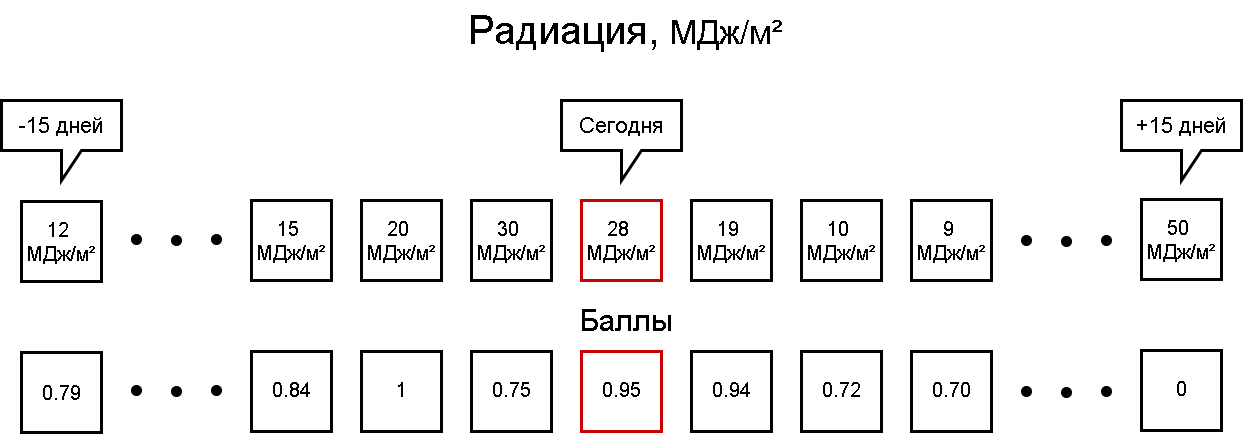
Earlier version of the draw.io export diagrams/Simulation Sample RI.png (Yerlan999/CowsGPSTracker-KazATU). Source tidied: cells renumbered, new cells last; positions are measured from the earlier drawing's top-left corner, leaving out a move shared by most shapes. Source of this version:
```xml
<mxGraphModel>
  <root>
    <mxCell id="0" />
    <mxCell id="1" parent="0" />
    <mxCell id="2" value="&lt;font style=&quot;font-size: 20px&quot;&gt;28&amp;nbsp;&lt;br&gt;&lt;/font&gt;&lt;font style=&quot;font-size: 20px&quot;&gt;MДж/м²&lt;/font&gt;&lt;sup&gt;&lt;br&gt;&lt;/sup&gt;" style="whiteSpace=wrap;html=1;strokeWidth=3;strokeColor=#CC0000;" parent="1" vertex="1">
      <mxGeometry x="580" y="200" width="80" height="80" as="geometry" />
    </mxCell>
    <mxCell id="3" value="&lt;font style=&quot;font-size: 20px&quot;&gt;19&amp;nbsp;&lt;br&gt;&lt;/font&gt;&lt;font style=&quot;font-size: 20px&quot;&gt;MДж/м²&lt;/font&gt;&lt;sup&gt;&lt;br&gt;&lt;/sup&gt;" style="whiteSpace=wrap;html=1;strokeWidth=3;" parent="1" vertex="1">
      <mxGeometry x="690" y="200" width="80" height="80" as="geometry" />
    </mxCell>
    <mxCell id="4" value="&lt;font style=&quot;font-size: 20px&quot;&gt;10&amp;nbsp;&lt;br&gt;&lt;/font&gt;&lt;font style=&quot;font-size: 20px&quot;&gt;MДж/м²&lt;/font&gt;&lt;sup&gt;&lt;br&gt;&lt;/sup&gt;" style="whiteSpace=wrap;html=1;strokeWidth=3;" parent="1" vertex="1">
      <mxGeometry x="800" y="200" width="80" height="80" as="geometry" />
    </mxCell>
    <mxCell id="5" value="&lt;font style=&quot;font-size: 20px&quot;&gt;9&amp;nbsp;&lt;br&gt;&lt;/font&gt;&lt;font style=&quot;font-size: 20px&quot;&gt;MДж/м²&lt;/font&gt;&lt;sup&gt;&lt;br&gt;&lt;/sup&gt;" style="whiteSpace=wrap;html=1;strokeWidth=3;" parent="1" vertex="1">
      <mxGeometry x="910" y="200" width="80" height="80" as="geometry" />
    </mxCell>
    <mxCell id="6" value="&lt;font&gt;&lt;font style=&quot;font-size: 20px&quot;&gt;15&amp;nbsp;&lt;br&gt;&lt;/font&gt;&lt;font style=&quot;font-size: 20px&quot;&gt;MДж/м²&lt;/font&gt;&lt;/font&gt;&lt;sup&gt;&lt;br&gt;&lt;/sup&gt;" style="whiteSpace=wrap;html=1;strokeWidth=3;" parent="1" vertex="1">
      <mxGeometry x="250" y="200" width="80" height="80" as="geometry" />
    </mxCell>
    <mxCell id="7" value="&lt;font style=&quot;font-size: 20px&quot;&gt;20&amp;nbsp;&lt;br&gt;&lt;/font&gt;&lt;font style=&quot;font-size: 20px&quot;&gt;MДж/м²&lt;/font&gt;&lt;sup&gt;&lt;br&gt;&lt;/sup&gt;" style="whiteSpace=wrap;html=1;strokeWidth=3;" parent="1" vertex="1">
      <mxGeometry x="360" y="200" width="80" height="80" as="geometry" />
    </mxCell>
    <mxCell id="8" value="&lt;font style=&quot;font-size: 20px&quot;&gt;30&amp;nbsp;&lt;br&gt;&lt;/font&gt;&lt;font style=&quot;font-size: 20px&quot;&gt;MДж/м²&lt;/font&gt;&lt;sup&gt;&lt;br&gt;&lt;/sup&gt;" style="whiteSpace=wrap;html=1;strokeWidth=3;" parent="1" vertex="1">
      <mxGeometry x="470" y="200" width="80" height="80" as="geometry" />
    </mxCell>
    <mxCell id="9" value="&lt;font style=&quot;font-size: 22px&quot;&gt;Сегодня&lt;/font&gt;" style="shape=callout;whiteSpace=wrap;html=1;perimeter=calloutPerimeter;strokeWidth=3;" parent="1" vertex="1">
      <mxGeometry x="560" y="100" width="120" height="80" as="geometry" />
    </mxCell>
    <mxCell id="10" style="shape=ellipse;html=1;fillColor=#000000;strokeWidth=1;" parent="1" vertex="1">
      <mxGeometry x="210" y="234" width="10" height="10" as="geometry" />
    </mxCell>
    <mxCell id="11" style="shape=ellipse;html=1;fillColor=#000000;strokeWidth=1;" parent="1" vertex="1">
      <mxGeometry x="170" y="235" width="10" height="10" as="geometry" />
    </mxCell>
    <mxCell id="12" style="shape=ellipse;html=1;fillColor=#000000;strokeWidth=1;" parent="1" vertex="1">
      <mxGeometry x="130" y="234" width="10" height="10" as="geometry" />
    </mxCell>
    <mxCell id="13" style="shape=ellipse;html=1;fillColor=#000000;strokeWidth=1;" parent="1" vertex="1">
      <mxGeometry x="1100" y="235" width="10" height="10" as="geometry" />
    </mxCell>
    <mxCell id="14" style="shape=ellipse;html=1;fillColor=#000000;strokeWidth=1;" parent="1" vertex="1">
      <mxGeometry x="1060" y="236" width="10" height="10" as="geometry" />
    </mxCell>
    <mxCell id="15" style="shape=ellipse;html=1;fillColor=#000000;strokeWidth=1;" parent="1" vertex="1">
      <mxGeometry x="1020" y="235" width="10" height="10" as="geometry" />
    </mxCell>
    <mxCell id="16" value="&lt;font style=&quot;font-size: 20px&quot;&gt;12&amp;nbsp;&lt;br&gt;&lt;/font&gt;&lt;font style=&quot;font-size: 20px&quot;&gt;MДж/м²&lt;/font&gt;&lt;sup&gt;&lt;br&gt;&lt;/sup&gt;" style="whiteSpace=wrap;html=1;strokeWidth=3;" parent="1" vertex="1">
      <mxGeometry x="20" y="201" width="80" height="80" as="geometry" />
    </mxCell>
    <mxCell id="17" value="&lt;font style=&quot;font-size: 20px&quot;&gt;50&amp;nbsp;&lt;br&gt;&lt;/font&gt;&lt;font style=&quot;font-size: 20px&quot;&gt;MДж/м²&lt;/font&gt;&lt;sup&gt;&lt;br&gt;&lt;/sup&gt;" style="whiteSpace=wrap;html=1;strokeWidth=3;" parent="1" vertex="1">
      <mxGeometry x="1140" y="199" width="80" height="80" as="geometry" />
    </mxCell>
    <mxCell id="18" value="&lt;font style=&quot;font-size: 22px&quot;&gt;-15 дней&lt;/font&gt;" style="shape=callout;whiteSpace=wrap;html=1;perimeter=calloutPerimeter;strokeWidth=3;" parent="1" vertex="1">
      <mxGeometry y="100" width="120" height="80" as="geometry" />
    </mxCell>
    <mxCell id="19" value="&lt;font style=&quot;font-size: 22px&quot;&gt;+15 дней&lt;/font&gt;" style="shape=callout;whiteSpace=wrap;html=1;perimeter=calloutPerimeter;strokeWidth=3;" parent="1" vertex="1">
      <mxGeometry x="1120" y="100" width="120" height="80" as="geometry" />
    </mxCell>
    <mxCell id="20" value="&lt;sup&gt;&lt;span style=&quot;font-size: 20px&quot;&gt;0.95&lt;/span&gt;&lt;br&gt;&lt;/sup&gt;" style="whiteSpace=wrap;html=1;strokeWidth=3;strokeColor=#CC0000;" parent="1" vertex="1">
      <mxGeometry x="580" y="351" width="80" height="80" as="geometry" />
    </mxCell>
    <mxCell id="21" value="&lt;sup&gt;&lt;span style=&quot;font-size: 20px&quot;&gt;0.94&lt;/span&gt;&lt;br&gt;&lt;/sup&gt;" style="whiteSpace=wrap;html=1;strokeWidth=3;" parent="1" vertex="1">
      <mxGeometry x="690" y="351" width="80" height="80" as="geometry" />
    </mxCell>
    <mxCell id="22" value="&lt;sup&gt;&lt;span style=&quot;font-size: 20px&quot;&gt;0.72&lt;/span&gt;&lt;br&gt;&lt;/sup&gt;" style="whiteSpace=wrap;html=1;strokeWidth=3;" parent="1" vertex="1">
      <mxGeometry x="800" y="351" width="80" height="80" as="geometry" />
    </mxCell>
    <mxCell id="23" value="&lt;sup&gt;&lt;span style=&quot;font-size: 20px&quot;&gt;0.70&lt;/span&gt;&lt;br&gt;&lt;/sup&gt;" style="whiteSpace=wrap;html=1;strokeWidth=3;" parent="1" vertex="1">
      <mxGeometry x="910" y="351" width="80" height="80" as="geometry" />
    </mxCell>
    <mxCell id="24" value="&lt;sup&gt;&lt;span style=&quot;font-size: 20px&quot;&gt;0.84&lt;/span&gt;&lt;br&gt;&lt;/sup&gt;" style="whiteSpace=wrap;html=1;strokeWidth=3;" parent="1" vertex="1">
      <mxGeometry x="250" y="351" width="80" height="80" as="geometry" />
    </mxCell>
    <mxCell id="25" value="&lt;sup&gt;&lt;span style=&quot;font-size: 20px&quot;&gt;1&lt;/span&gt;&lt;br&gt;&lt;/sup&gt;" style="whiteSpace=wrap;html=1;strokeWidth=3;" parent="1" vertex="1">
      <mxGeometry x="360" y="351" width="80" height="80" as="geometry" />
    </mxCell>
    <mxCell id="26" value="&lt;sup&gt;&lt;span style=&quot;font-size: 20px&quot;&gt;0.75&lt;/span&gt;&lt;br&gt;&lt;/sup&gt;" style="whiteSpace=wrap;html=1;strokeWidth=3;" parent="1" vertex="1">
      <mxGeometry x="470" y="351" width="80" height="80" as="geometry" />
    </mxCell>
    <mxCell id="27" style="shape=ellipse;html=1;fillColor=#000000;strokeWidth=1;" parent="1" vertex="1">
      <mxGeometry x="210" y="385" width="10" height="10" as="geometry" />
    </mxCell>
    <mxCell id="28" style="shape=ellipse;html=1;fillColor=#000000;strokeWidth=1;" parent="1" vertex="1">
      <mxGeometry x="170" y="386" width="10" height="10" as="geometry" />
    </mxCell>
    <mxCell id="29" style="shape=ellipse;html=1;fillColor=#000000;strokeWidth=1;" parent="1" vertex="1">
      <mxGeometry x="130" y="385" width="10" height="10" as="geometry" />
    </mxCell>
    <mxCell id="30" style="shape=ellipse;html=1;fillColor=#000000;strokeWidth=1;" parent="1" vertex="1">
      <mxGeometry x="1100" y="386" width="10" height="10" as="geometry" />
    </mxCell>
    <mxCell id="31" style="shape=ellipse;html=1;fillColor=#000000;strokeWidth=1;" parent="1" vertex="1">
      <mxGeometry x="1060" y="387" width="10" height="10" as="geometry" />
    </mxCell>
    <mxCell id="32" style="shape=ellipse;html=1;fillColor=#000000;strokeWidth=1;" parent="1" vertex="1">
      <mxGeometry x="1020" y="386" width="10" height="10" as="geometry" />
    </mxCell>
    <mxCell id="33" value="&lt;font style=&quot;font-size: 20px&quot;&gt;0.79&lt;/font&gt;&lt;sup&gt;&lt;br&gt;&lt;/sup&gt;" style="whiteSpace=wrap;html=1;strokeWidth=3;" parent="1" vertex="1">
      <mxGeometry x="20" y="352" width="80" height="80" as="geometry" />
    </mxCell>
    <mxCell id="34" value="&lt;sup&gt;&lt;span style=&quot;font-size: 20px&quot;&gt;0&lt;/span&gt;&lt;br&gt;&lt;/sup&gt;" style="whiteSpace=wrap;html=1;strokeWidth=3;" parent="1" vertex="1">
      <mxGeometry x="1140" y="350" width="80" height="80" as="geometry" />
    </mxCell>
    <mxCell id="35" value="&lt;font style=&quot;font-size: 40px&quot;&gt;Радиация,&amp;nbsp;&lt;/font&gt;&lt;span style=&quot;font-size: 33.3333px&quot;&gt;MДж/м²&lt;/span&gt;" style="text;html=1;strokeColor=none;fillColor=none;align=center;verticalAlign=middle;whiteSpace=wrap;rounded=0;" parent="1" vertex="1">
      <mxGeometry x="427" width="395" height="60" as="geometry" />
    </mxCell>
    <mxCell id="36" value="&lt;font style=&quot;font-size: 30px&quot;&gt;Баллы&lt;/font&gt;" style="text;html=1;strokeColor=none;fillColor=none;align=center;verticalAlign=middle;whiteSpace=wrap;rounded=0;" parent="1" vertex="1">
      <mxGeometry x="480" y="290" width="290" height="60" as="geometry" />
    </mxCell>
  </root>
</mxGraphModel>
```
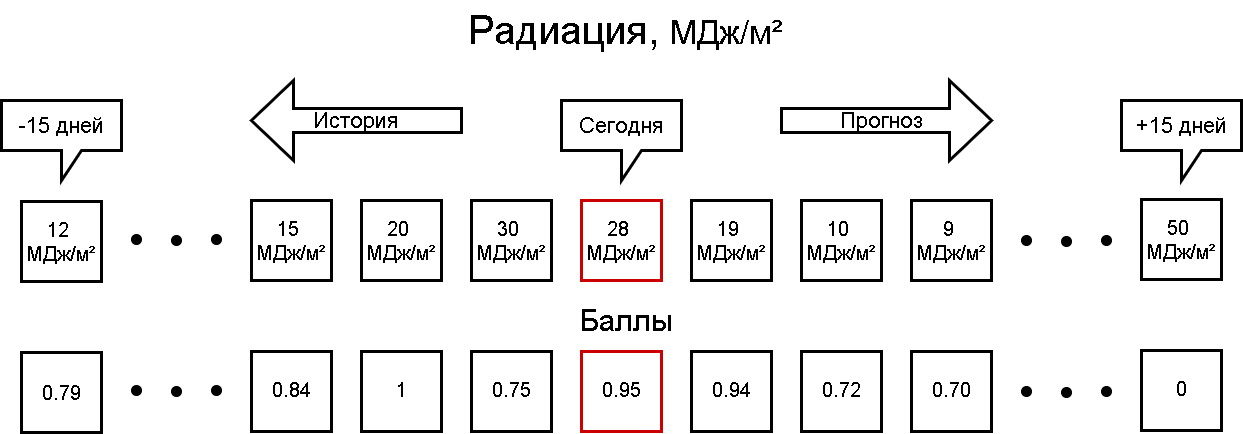
After the commit.

The edit, as a diff of the source:
```diff
@@ -107,5 +107,14 @@
     <mxCell id="36" value="&lt;font style=&quot;font-size: 30px&quot;&gt;Баллы&lt;/font&gt;" style="text;html=1;strokeColor=none;fillColor=none;align=center;verticalAlign=middle;whiteSpace=wrap;rounded=0;" parent="1" vertex="1">
       <mxGeometry x="480" y="290" width="290" height="60" as="geometry" />
     </mxCell>
+    <mxCell id="37" style="shape=singleArrow;direction=west;whiteSpace=wrap;html=1;strokeWidth=3;rotation=-180;horizontal=1;verticalAlign=middle;" parent="1" vertex="1">
+      <mxGeometry x="780" y="80" width="210" height="80" as="geometry" />
+    </mxCell>
+    <mxCell id="38" value="&lt;font style=&quot;font-size: 22px&quot;&gt;Прогноз&lt;/font&gt;" style="text;html=1;align=center;verticalAlign=middle;" parent="1" vertex="1">
+      <mxGeometry x="830" y="110" width="100" height="20" as="geometry" />
+    </mxCell>
+    <mxCell id="39" value="&lt;font style=&quot;font-size: 22px&quot;&gt;История&lt;/font&gt;" style="shape=singleArrow;direction=west;whiteSpace=wrap;html=1;strokeWidth=3;" parent="1" vertex="1">
+      <mxGeometry x="250" y="80" width="210" height="80" as="geometry" />
+    </mxCell>
   </root>
 </mxGraphModel>
```
